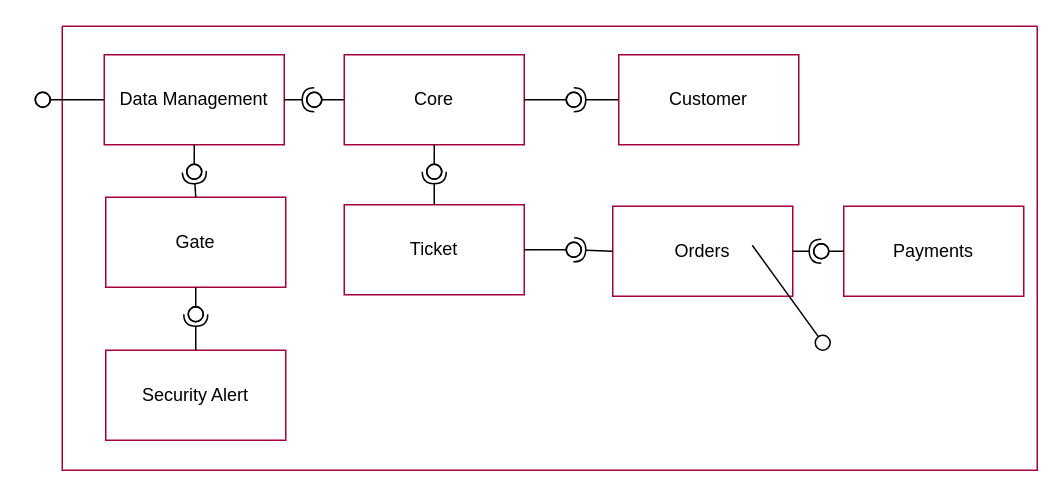
The draw.io diagram SWD/Soccer_Ticketing/Diagramme/ComponentDiagram.drawio in LuxAlexander/Laboruebungen, before the edit. Source tidied: cells renumbered, new cells numbered last; positions are measured from the earlier drawing's top-left corner, leaving out a move shared by most shapes. Both pictures are drawn from the tidied source at 150%, with x=0, y=0 at pixel (34, 26).
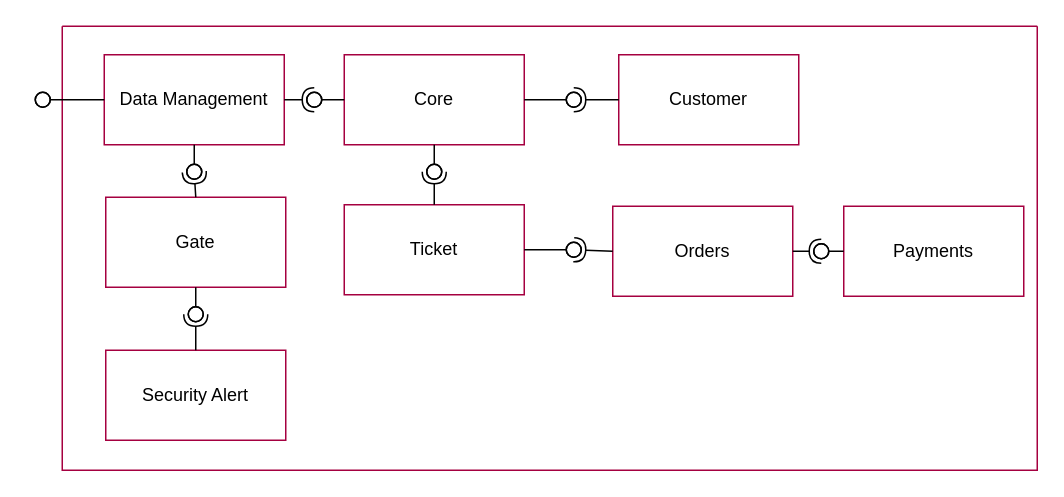
The same diagram, later.

What changed in the source:
```diff
@@
-    <mxCell id="32" style="rounded=0;orthogonalLoop=1;jettySize=auto;html=1;endArrow=oval;endFill=0;sketch=0;sourcePerimeterSpacing=0;targetPerimeterSpacing=0;endSize=10;" parent="1" edge="1">
-      <mxGeometry relative="1" as="geometry">
-        <mxPoint x="478" y="146" as="sourcePoint" />
-        <mxPoint x="525" y="211" as="targetPoint" />
-      </mxGeometry>
-    </mxCell>
```
